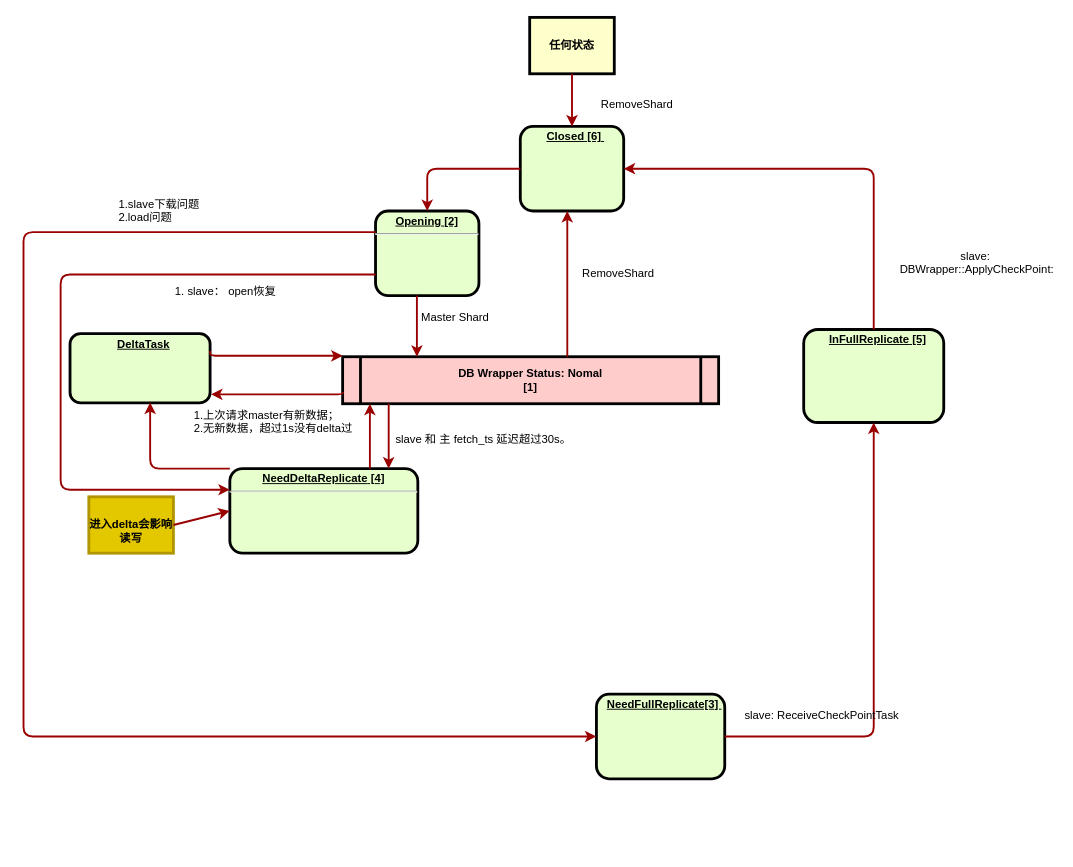
The draw.io diagram Notes/db_status_flow.drawio in sinomiko/reading, before the edit. Source tidied: cells renumbered, new cells numbered last; positions are measured from the earlier drawing's top-left corner, leaving out a move shared by most shapes. Both pictures are drawn from the tidied source at 94%, with x=0, y=0 at pixel (23, 17).
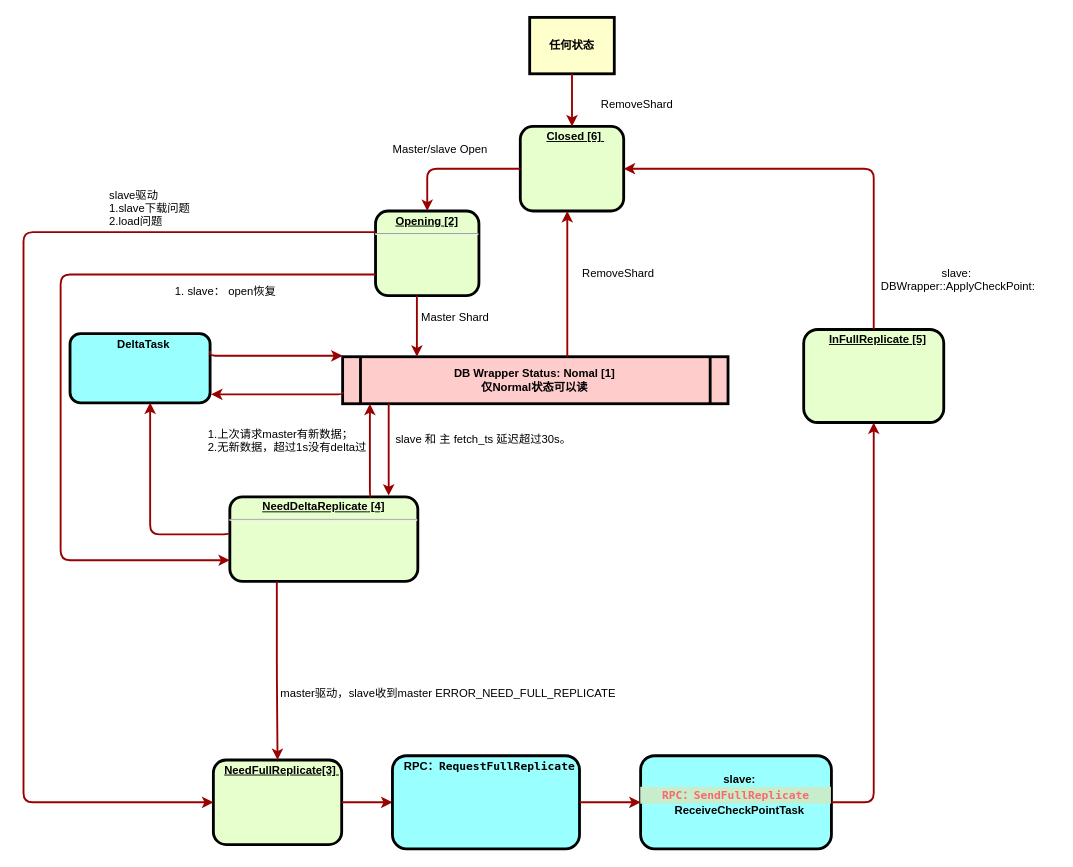
The same diagram, later.

The change refers to these unchanged cells:
```xml
<mxCell id="2" value="&lt;p style=&quot;margin: 0px; margin-top: 4px; text-align: center; text-decoration: underline;&quot;&gt;&lt;span style=&quot;background-color: initial;&quot;&gt;Opening&lt;/span&gt;&lt;strong&gt;&amp;nbsp;&lt;/strong&gt;&lt;span style=&quot;background-color: initial;&quot;&gt;[2]&lt;/span&gt;&lt;strong&gt;&lt;br&gt;&lt;/strong&gt;&lt;/p&gt;&lt;hr&gt;&lt;p style=&quot;margin: 0px; margin-left: 8px;&quot;&gt;&lt;/p&gt;&lt;div class=&quot;lake-content&quot;&gt;&lt;p style=&quot;margin: 0px; padding: 0px; min-height: 24px;&quot; class=&quot;ne-p&quot; id=&quot;u4ac3bd98&quot;&gt;&lt;br&gt;&lt;/p&gt;&lt;/div&gt;" style="verticalAlign=middle;align=center;overflow=fill;fontSize=12;fontFamily=Helvetica;html=1;rounded=1;fontStyle=1;strokeWidth=3;fillColor=#E6FFCC;" parent="1" vertex="1">
  <mxGeometry x="375" y="206" width="110" height="90" as="geometry" />
</mxCell>
<mxCell id="5" value="&lt;p style=&quot;margin: 0px; margin-top: 4px; text-align: center; text-decoration: underline;&quot;&gt;&lt;/p&gt;&lt;p style=&quot;margin: 0px; margin-left: 8px;&quot;&gt;&lt;span style=&quot;background-color: initial;&quot;&gt;&lt;u&gt;InFullReplicate&lt;/u&gt;&lt;/span&gt;&lt;strong&gt;&lt;u&gt;&amp;nbsp;[5]&lt;/u&gt;&lt;br&gt;&lt;/strong&gt;&lt;br&gt;&lt;/p&gt;" style="verticalAlign=middle;align=center;overflow=fill;fontSize=12;fontFamily=Helvetica;html=1;rounded=1;fontStyle=1;strokeWidth=3;fillColor=#E6FFCC;" parent="1" vertex="1">
  <mxGeometry x="830.5" y="332" width="149" height="99" as="geometry" />
</mxCell>
```

Change to the diagram source:
```diff
@@
-    <mxCell id="3" value="DB Wrapper Status: Nomal&#10;[1]" style="shape=process;whiteSpace=wrap;align=center;verticalAlign=middle;size=0.0475;fontStyle=1;strokeWidth=3;fillColor=#FFCCCC;" parent="1" vertex="1">
-      <mxGeometry x="340" y="361" width="400" height="50" as="geometry" />
+    <mxCell id="3" value="DB Wrapper Status: Nomal [1]&#10;仅Normal状态可以读" style="shape=process;whiteSpace=wrap;align=center;verticalAlign=middle;size=0.0475;fontStyle=1;strokeWidth=3;fillColor=#FFCCCC;" parent="1" vertex="1">
+      <mxGeometry x="340" y="361" width="410" height="50" as="geometry" />
     </mxCell>
@@
     <mxCell id="6" value="&lt;p style=&quot;margin: 0px; margin-top: 4px; text-align: center; text-decoration: underline;&quot;&gt;&lt;span style=&quot;background-color: initial;&quot;&gt;NeedDeltaReplicate&lt;/span&gt;&lt;strong&gt;&amp;nbsp;[4]&lt;br&gt;&lt;/strong&gt;&lt;/p&gt;&lt;hr&gt;&lt;p style=&quot;margin: 0px; margin-left: 8px;&quot;&gt;&lt;/p&gt;&lt;div class=&quot;lake-content&quot;&gt;&lt;p style=&quot;margin: 0; padding: 0; min-height: 24px&quot; class=&quot;ne-p&quot; id=&quot;u06c89a7e&quot;&gt;&lt;br&gt;&lt;/p&gt;&lt;/div&gt;" style="verticalAlign=middle;align=center;overflow=fill;fontSize=12;fontFamily=Helvetica;html=1;rounded=1;fontStyle=1;strokeWidth=3;fillColor=#E6FFCC;" parent="1" vertex="1">
-      <mxGeometry x="220" y="480" width="200" height="90" as="geometry" />
+      <mxGeometry x="220" y="510" width="200" height="90" as="geometry" />
     </mxCell>
-    <mxCell id="7" value="&#10;进入delta会影响读写" style="whiteSpace=wrap;align=center;verticalAlign=middle;fontStyle=1;strokeWidth=3;fillColor=#e3c800;strokeColor=#B09500;fontColor=#000000;" parent="1" vertex="1">
-      <mxGeometry x="70" y="510" width="90" height="60" as="geometry" />
-    </mxCell>
     <mxCell id="8" value="&lt;p style=&quot;margin: 0px; margin-top: 4px; text-align: center; text-decoration: underline;&quot;&gt;&lt;/p&gt;&lt;p style=&quot;margin: 0px; margin-left: 8px;&quot;&gt;&lt;span style=&quot;text-decoration-line: underline; background-color: initial;&quot;&gt;NeedFullReplicate[3]&amp;nbsp;&lt;/span&gt;&lt;/p&gt;&lt;p style=&quot;margin: 0px; margin-left: 8px;&quot;&gt;&lt;br&gt;&lt;/p&gt;" style="verticalAlign=middle;align=center;overflow=fill;fontSize=12;fontFamily=Helvetica;html=1;rounded=1;fontStyle=1;strokeWidth=3;fillColor=#E6FFCC;" parent="1" vertex="1">
-      <mxGeometry x="610" y="720" width="136.5" height="90" as="geometry" />
+      <mxGeometry x="202.5" y="790" width="136.5" height="90" as="geometry" />
     </mxCell>
@@
-    <mxCell id="15" style="edgeStyle=elbowEdgeStyle;elbow=horizontal;strokeColor=#990000;strokeWidth=2;" parent="1" edge="1" source="3">
+    <mxCell id="15" style="edgeStyle=elbowEdgeStyle;elbow=horizontal;strokeColor=#990000;strokeWidth=2;entryX=0.841;entryY=-0.014;entryDx=0;entryDy=0;entryPerimeter=0;" parent="1" edge="1" source="3" target="6">
       <mxGeometry relative="1" as="geometry">
-        <mxPoint x="389" y="480" as="targetPoint" />
         <Array as="points">
           <mxPoint x="389" y="440" />
         </Array>
       </mxGeometry>
     </mxCell>
-    <mxCell id="16" style="edgeStyle=elbowEdgeStyle;elbow=horizontal;strokeColor=#990000;strokeWidth=2;" parent="1" edge="1" target="3">
+    <mxCell id="16" style="edgeStyle=elbowEdgeStyle;elbow=horizontal;strokeColor=#990000;strokeWidth=2;exitX=0.75;exitY=0;exitDx=0;exitDy=0;" parent="1" edge="1" source="6" target="3">
       <mxGeometry relative="1" as="geometry">
-        <mxPoint x="369" y="480" as="sourcePoint" />
         <Array as="points">
           <mxPoint x="369" y="440" />
         </Array>
       </mxGeometry>
     </mxCell>
-    <mxCell id="17" style="edgeStyle=none;noEdgeStyle=1;strokeColor=#990000;strokeWidth=2;entryX=0;entryY=0.5;entryDx=0;entryDy=0;exitX=1;exitY=0.5;exitDx=0;exitDy=0;" parent="1" edge="1" source="7" target="6">
-      <mxGeometry relative="1" as="geometry" />
-    </mxCell>
-    <mxCell id="18" style="edgeStyle=elbowEdgeStyle;elbow=horizontal;strokeColor=#990000;strokeWidth=2;exitX=0;exitY=0.75;exitDx=0;exitDy=0;entryX=0;entryY=0.25;entryDx=0;entryDy=0;" parent="1" edge="1" source="2" target="6">
+    <mxCell id="18" style="edgeStyle=elbowEdgeStyle;elbow=horizontal;strokeColor=#990000;strokeWidth=2;exitX=0;exitY=0.75;exitDx=0;exitDy=0;entryX=0;entryY=0.75;entryDx=0;entryDy=0;" parent="1" edge="1" source="2" target="6">
       <mxGeometry relative="1" as="geometry">
         <Array as="points">
           <mxPoint x="40" y="320" />
         </Array>
       </mxGeometry>
     </mxCell>
@@
-    <mxCell id="20" value="&lt;p style=&quot;margin: 0px; margin-top: 4px; text-align: center; text-decoration: underline;&quot;&gt;&lt;/p&gt;&lt;p style=&quot;margin: 0px; margin-left: 8px;&quot;&gt;&lt;strong&gt;&lt;u&gt;DeltaTask&lt;/u&gt;&lt;br&gt;&lt;/strong&gt;&lt;br&gt;&lt;/p&gt;" style="verticalAlign=middle;align=center;overflow=fill;fontSize=12;fontFamily=Helvetica;html=1;rounded=1;fontStyle=1;strokeWidth=3;fillColor=#E6FFCC;" parent="1" vertex="1">
+    <mxCell id="20" value="&lt;p style=&quot;margin: 0px; margin-top: 4px; text-align: center; text-decoration: underline;&quot;&gt;&lt;/p&gt;&lt;p style=&quot;margin: 0px; margin-left: 8px;&quot;&gt;&lt;strong&gt;DeltaTask&lt;br&gt;&lt;/strong&gt;&lt;br&gt;&lt;/p&gt;" style="verticalAlign=middle;align=center;overflow=fill;fontSize=12;fontFamily=Helvetica;html=1;rounded=1;fontStyle=1;strokeWidth=3;fillColor=#99FFFF;" parent="1" vertex="1">
       <mxGeometry x="50" y="336.5" width="149" height="73.5" as="geometry" />
     </mxCell>
@@
     <mxCell id="23" value="&#10;1.上次请求master有新数据；&#10;2.无新数据，超过1s没有delta过" style="text;spacingTop=-5;align=left;" parent="1" vertex="1">
-      <mxGeometry x="180" y="401" width="30" height="20" as="geometry" />
+      <mxGeometry x="195" y="420.5" width="180" height="59" as="geometry" />
     </mxCell>
-    <mxCell id="24" style="edgeStyle=elbowEdgeStyle;strokeColor=#990000;strokeWidth=2;exitX=0;exitY=0;exitDx=0;exitDy=0;entryX=0.572;entryY=0.997;entryDx=0;entryDy=0;entryPerimeter=0;elbow=vertical;" parent="1" edge="1" source="6" target="20">
+    <mxCell id="24" style="edgeStyle=elbowEdgeStyle;strokeColor=#990000;strokeWidth=2;exitX=-0.009;exitY=0.428;exitDx=0;exitDy=0;entryX=0.572;entryY=0.997;entryDx=0;entryDy=0;entryPerimeter=0;elbow=vertical;exitPerimeter=0;" parent="1" edge="1" source="6" target="20">
       <mxGeometry relative="1" as="geometry">
         <Array as="points">
-          <mxPoint x="170" y="480" />
+          <mxPoint x="180" y="550" />
         </Array>
       </mxGeometry>
     </mxCell>
-    <mxCell id="25" style="edgeStyle=orthogonalEdgeStyle;elbow=horizontal;strokeColor=#990000;strokeWidth=2;exitX=1;exitY=0.5;exitDx=0;exitDy=0;entryX=0.5;entryY=1;entryDx=0;entryDy=0;" parent="1" edge="1" source="8" target="5">
+    <mxCell id="25" style="edgeStyle=orthogonalEdgeStyle;elbow=horizontal;strokeColor=#990000;strokeWidth=2;exitX=1;exitY=0.5;exitDx=0;exitDy=0;entryX=0;entryY=0.5;entryDx=0;entryDy=0;" parent="1" edge="1" source="8" target="36">
       <mxGeometry relative="1" as="geometry" />
     </mxCell>
-    <mxCell id="26" value="&#10;slave: ReceiveCheckPointTask" style="text;spacingTop=-5;align=center;" parent="1" vertex="1">
-      <mxGeometry x="760" y="720" width="180" height="45" as="geometry" />
-    </mxCell>
@@
     <mxCell id="28" value="&#10;slave: &#10;DBWrapper::ApplyCheckPoint:" style="text;spacingTop=-5;align=center;" parent="1" vertex="1">
-      <mxGeometry x="930" y="231.5" width="170" height="59" as="geometry" />
+      <mxGeometry x="910" y="250" width="170" height="59" as="geometry" />
     </mxCell>
@@
-    <mxCell id="32" value="1.slave下载问题&#10;2.load问题&#10;" style="text;spacingTop=-5;align=left;" parent="1" vertex="1">
-      <mxGeometry x="100" y="190" width="170" height="27" as="geometry" />
+    <mxCell id="32" value="slave驱动&#10;1.slave下载问题&#10;2.load问题&#10;" style="text;spacingTop=-5;align=left;" parent="1" vertex="1">
+      <mxGeometry x="90" y="180.5" width="180" height="51" as="geometry" />
     </mxCell>
@@
+    <mxCell id="34" value="master驱动，slave收到master ERROR_NEED_FULL_REPLICATE" style="text;spacingTop=-5;align=center;" parent="1" vertex="1">
+      <mxGeometry x="260" y="710" width="385" height="20" as="geometry" />
+    </mxCell>
+    <mxCell id="35" value="Master/slave Open" style="text;spacingTop=-5;align=center;" parent="1" vertex="1">
+      <mxGeometry x="359" y="131.5" width="170" height="59" as="geometry" />
+    </mxCell>
+    <mxCell id="36" value="&lt;p style=&quot;margin: 0px; margin-top: 4px; text-align: center; text-decoration: underline;&quot;&gt;&lt;/p&gt;&lt;p style=&quot;margin: 0px; margin-left: 8px;&quot;&gt;RPC：&lt;span style=&quot;font-family: Menlo, Monaco, &amp;quot;Courier New&amp;quot;, monospace; white-space-collapse: preserve;&quot;&gt;RequestFullReplicate&lt;/span&gt;&lt;/p&gt;&lt;p style=&quot;margin: 0px; margin-left: 8px;&quot;&gt;&lt;br&gt;&lt;/p&gt;" style="verticalAlign=middle;align=center;overflow=fill;fontSize=12;fontFamily=Helvetica;html=1;rounded=1;fontStyle=1;strokeWidth=3;fillColor=#99FFFF;" parent="1" vertex="1">
+      <mxGeometry x="393" y="785.5" width="199" height="99" as="geometry" />
+    </mxCell>
+    <mxCell id="37" value="&lt;p style=&quot;margin: 0px; margin-top: 4px; text-align: center; text-decoration: underline;&quot;&gt;&lt;/p&gt;&lt;p style=&quot;margin: 0px; margin-left: 8px;&quot;&gt;&lt;br style=&quot;padding: 0px; margin: 0px; font-weight: 400;&quot;&gt;slave: &lt;br&gt;&lt;/p&gt;&lt;div style=&quot;background-color: rgb(199, 237, 204); font-family: Menlo, Monaco, &amp;quot;Courier New&amp;quot;, monospace; line-height: 18px; white-space-collapse: preserve;&quot;&gt;&lt;font color=&quot;#ff6666&quot;&gt;RPC：SendFullReplicate&lt;/font&gt;&lt;/div&gt;&lt;p style=&quot;margin: 0px; margin-left: 8px;&quot;&gt;ReceiveCheckPointTask&lt;br&gt;&lt;/p&gt;" style="verticalAlign=middle;align=center;overflow=fill;fontSize=12;fontFamily=Helvetica;html=1;rounded=1;fontStyle=1;strokeWidth=3;fillColor=#99FFFF;" parent="1" vertex="1">
+      <mxGeometry x="657" y="785.5" width="203" height="99" as="geometry" />
+    </mxCell>
+    <mxCell id="38" style="edgeStyle=orthogonalEdgeStyle;elbow=horizontal;strokeColor=#990000;strokeWidth=2;exitX=1;exitY=0.5;exitDx=0;exitDy=0;entryX=0;entryY=0.5;entryDx=0;entryDy=0;" parent="1" edge="1" source="36" target="37">
+      <mxGeometry relative="1" as="geometry" />
+    </mxCell>
+    <mxCell id="39" style="edgeStyle=orthogonalEdgeStyle;elbow=horizontal;strokeColor=#990000;strokeWidth=2;exitX=1;exitY=0.5;exitDx=0;exitDy=0;entryX=0.5;entryY=1;entryDx=0;entryDy=0;" parent="1" edge="1" source="37" target="5">
+      <mxGeometry relative="1" as="geometry" />
+    </mxCell>
+    <mxCell id="40" style="edgeStyle=orthogonalEdgeStyle;elbow=horizontal;strokeColor=#990000;strokeWidth=2;exitX=0.25;exitY=1;exitDx=0;exitDy=0;entryX=0.5;entryY=0;entryDx=0;entryDy=0;" parent="1" edge="1" source="6" target="8">
+      <mxGeometry relative="1" as="geometry" />
+    </mxCell>
```
